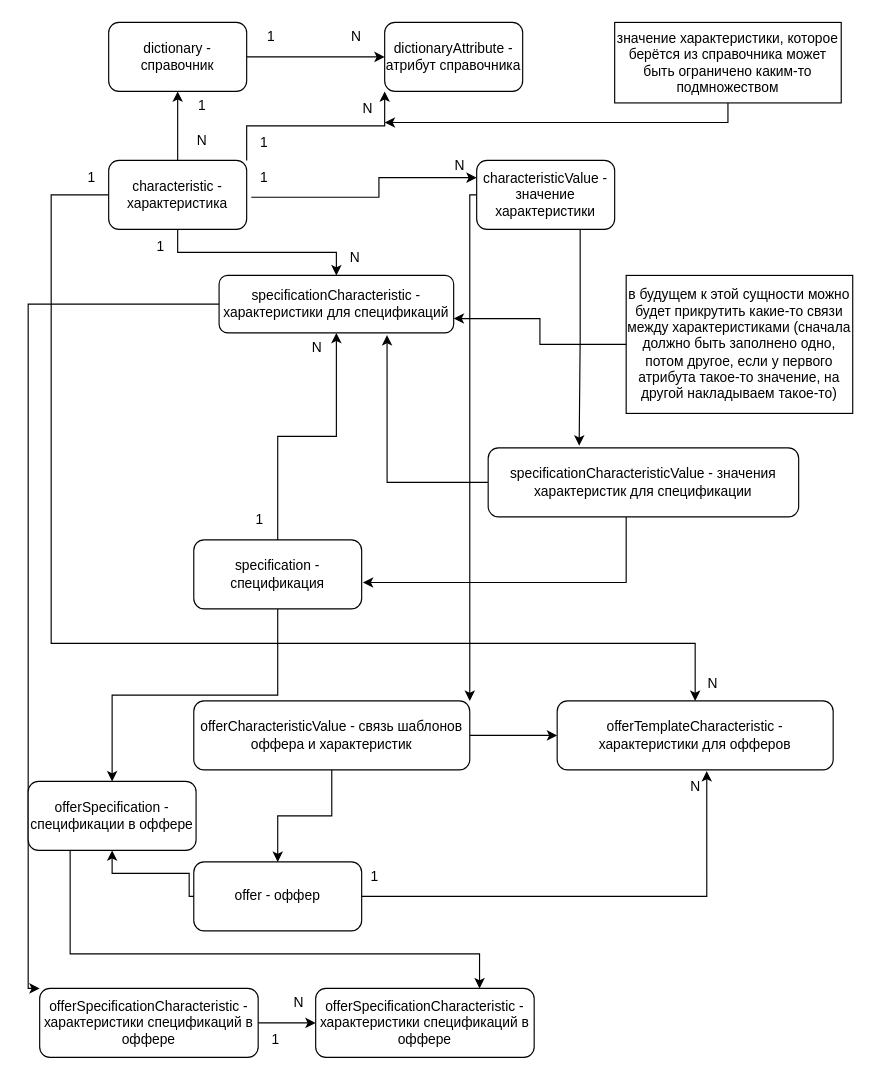
The draw.io diagram prodat.drawio in estet90/todo, before the edit. Source tidied: cells renumbered, new cells numbered last; positions are measured from the earlier drawing's top-left corner, leaving out a move shared by most shapes. Both pictures are drawn from the tidied source at 115%, with x=0, y=0 at pixel (28, 20).
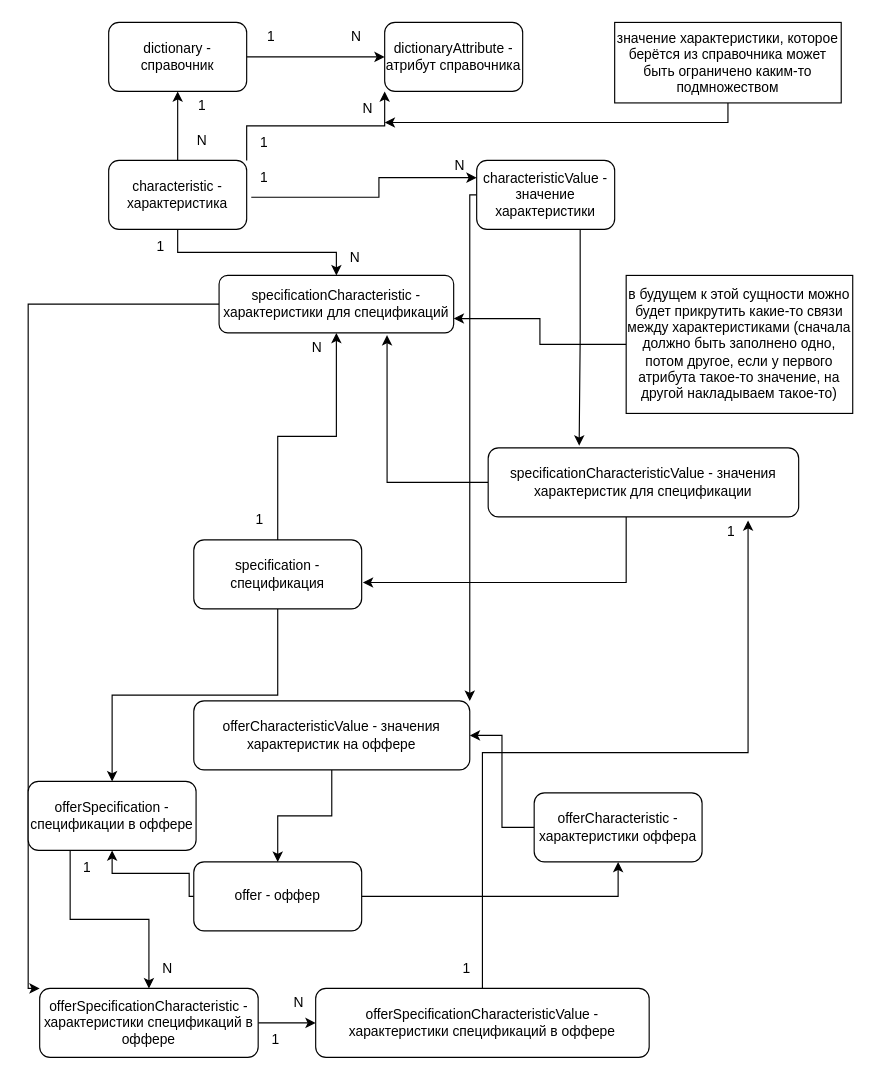
Above is the later version.

The change refers to these unchanged cells:
```xml
<mxCell id="9" value="&lt;div&gt;characteristic - характеристика&lt;/div&gt;" style="rounded=1;whiteSpace=wrap;html=1;" parent="1" vertex="1">
  <mxGeometry x="70" y="122" width="120" height="60" as="geometry" />
</mxCell>
<mxCell id="35" value="&lt;div&gt;specificationCharacteristicValue - значения характеристик для спецификации&lt;br&gt;&lt;/div&gt;" style="rounded=1;whiteSpace=wrap;html=1;" parent="1" vertex="1">
  <mxGeometry x="400" y="372" width="270" height="60" as="geometry" />
</mxCell>
<mxCell id="38" value="&lt;div&gt;offer - оффер&lt;br&gt;&lt;/div&gt;" style="rounded=1;whiteSpace=wrap;html=1;" parent="1" vertex="1">
  <mxGeometry x="144" y="732" width="146" height="60" as="geometry" />
</mxCell>
<mxCell id="46" value="&lt;div&gt;offerSpecification - спецификации в оффере&lt;br&gt;&lt;/div&gt;" style="rounded=1;whiteSpace=wrap;html=1;" parent="1" vertex="1">
  <mxGeometry y="662" width="146" height="60" as="geometry" />
</mxCell>
<mxCell id="52" value="&lt;div&gt;offerSpecificationCharacteristic - характеристики спецификаций в оффере&lt;br&gt;&lt;/div&gt;" style="rounded=1;whiteSpace=wrap;html=1;" parent="1" vertex="1">
  <mxGeometry x="10" y="842" width="190" height="60" as="geometry" />
</mxCell>
```

Diff of the diagram source:
```diff
@@
-    <mxCell id="8" style="edgeStyle=orthogonalEdgeStyle;rounded=0;jettySize=auto;html=1;exitX=0;exitY=0.5;exitDx=0;exitDy=0;entryX=0.5;entryY=0;entryDx=0;entryDy=0;" parent="1" edge="1" source="9" target="39">
-      <mxGeometry relative="1" as="geometry">
-        <Array as="points">
-          <mxPoint x="20" y="152" />
-          <mxPoint x="20" y="542" />
-          <mxPoint x="580" y="542" />
-        </Array>
-      </mxGeometry>
-    </mxCell>
@@
-    <mxCell id="37" style="edgeStyle=orthogonalEdgeStyle;rounded=0;jettySize=auto;html=1;entryX=0.542;entryY=1.017;entryDx=0;entryDy=0;entryPerimeter=0;" parent="1" edge="1" source="38" target="39">
-      <mxGeometry relative="1" as="geometry" />
-    </mxCell>
+    <mxCell id="56" style="edgeStyle=orthogonalEdgeStyle;rounded=0;jettySize=auto;html=1;entryX=0.5;entryY=1;entryDx=0;entryDy=0;" parent="1" edge="1" source="38" target="60">
+      <mxGeometry relative="1" as="geometry" />
+    </mxCell>
@@
-    <mxCell id="39" value="&lt;div&gt;offerTemplateCharacteristic - характеристики для офферов&lt;br&gt;&lt;/div&gt;" style="rounded=1;whiteSpace=wrap;html=1;" parent="1" vertex="1">
-      <mxGeometry x="460" y="592" width="240" height="60" as="geometry" />
-    </mxCell>
-    <mxCell id="40" value="1" style="text;html=1;align=center;verticalAlign=middle;strokeColor=none;fillColor=none;" parent="1" vertex="1">
-      <mxGeometry x="40" y="122" width="30" height="30" as="geometry" />
-    </mxCell>
-    <mxCell id="41" value="N" style="text;html=1;align=center;verticalAlign=middle;strokeColor=none;fillColor=none;" parent="1" vertex="1">
-      <mxGeometry x="580" y="562" width="30" height="30" as="geometry" />
-    </mxCell>
-    <mxCell id="42" style="edgeStyle=orthogonalEdgeStyle;rounded=0;jettySize=auto;html=1;" parent="1" edge="1" source="44" target="39">
-      <mxGeometry relative="1" as="geometry" />
-    </mxCell>
@@
-    <mxCell id="44" value="&lt;div&gt;offerCharacteristicValue - связь шаблонов оффера и характеристик&lt;br&gt;&lt;/div&gt;" style="rounded=1;whiteSpace=wrap;html=1;" parent="1" vertex="1">
+    <mxCell id="44" value="&lt;div&gt;offerCharacteristicValue - значения характеристик на оффере&lt;br&gt;&lt;/div&gt;" style="rounded=1;whiteSpace=wrap;html=1;" parent="1" vertex="1">
       <mxGeometry x="144" y="592" width="240" height="60" as="geometry" />
     </mxCell>
-    <mxCell id="45" style="edgeStyle=orthogonalEdgeStyle;rounded=0;jettySize=auto;html=1;exitX=0.25;exitY=1;exitDx=0;exitDy=0;entryX=0.75;entryY=0;entryDx=0;entryDy=0;" parent="1" edge="1" source="46" target="53">
-      <mxGeometry relative="1" as="geometry">
-        <Array as="points">
-          <mxPoint x="37" y="812" />
-          <mxPoint x="393" y="812" />
-        </Array>
-      </mxGeometry>
-    </mxCell>
+    <mxCell id="57" style="edgeStyle=orthogonalEdgeStyle;rounded=0;jettySize=auto;html=1;exitX=0.25;exitY=1;exitDx=0;exitDy=0;entryX=0.5;entryY=0;entryDx=0;entryDy=0;" parent="1" edge="1" source="46" target="52">
+      <mxGeometry relative="1" as="geometry" />
+    </mxCell>
@@
-    <mxCell id="49" value="1" style="text;html=1;align=center;verticalAlign=middle;strokeColor=none;fillColor=none;" parent="1" vertex="1">
-      <mxGeometry x="286" y="730" width="30" height="30" as="geometry" />
-    </mxCell>
-    <mxCell id="50" value="N" style="text;html=1;align=center;verticalAlign=middle;strokeColor=none;fillColor=none;" parent="1" vertex="1">
-      <mxGeometry x="565" y="652" width="30" height="30" as="geometry" />
-    </mxCell>
@@
+    <mxCell id="58" style="edgeStyle=orthogonalEdgeStyle;rounded=0;jettySize=auto;html=1;entryX=0.837;entryY=1.05;entryDx=0;entryDy=0;entryPerimeter=0;" parent="1" edge="1" source="53" target="35">
+      <mxGeometry relative="1" as="geometry" />
+    </mxCell>
-    <mxCell id="53" value="&lt;div&gt;offerSpecificationCharacteristic - характеристики спецификаций в оффере&lt;br&gt;&lt;/div&gt;" style="rounded=1;whiteSpace=wrap;html=1;" parent="1" vertex="1">
-      <mxGeometry x="250" y="842" width="190" height="60" as="geometry" />
+    <mxCell id="53" value="&lt;div&gt;offerSpecificationCharacteristicValue - характеристики спецификаций в оффере&lt;br&gt;&lt;/div&gt;" style="rounded=1;whiteSpace=wrap;html=1;" parent="1" vertex="1">
+      <mxGeometry x="250" y="842" width="290" height="60" as="geometry" />
     </mxCell>
@@
+    <mxCell id="59" style="edgeStyle=orthogonalEdgeStyle;rounded=0;jettySize=auto;html=1;entryX=1;entryY=0.5;entryDx=0;entryDy=0;" parent="1" edge="1" source="60" target="44">
+      <mxGeometry relative="1" as="geometry" />
+    </mxCell>
+    <mxCell id="60" value="&lt;div&gt;offerCharacteristic - характеристики оффера&lt;br&gt;&lt;/div&gt;" style="rounded=1;whiteSpace=wrap;html=1;" parent="1" vertex="1">
+      <mxGeometry x="440" y="672" width="146" height="60" as="geometry" />
+    </mxCell>
+    <mxCell id="61" value="1" style="text;html=1;align=center;verticalAlign=middle;strokeColor=none;fillColor=none;" parent="1" vertex="1">
+      <mxGeometry x="366" y="810" width="30" height="30" as="geometry" />
+    </mxCell>
+    <mxCell id="62" value="1" style="text;html=1;align=center;verticalAlign=middle;strokeColor=none;fillColor=none;" parent="1" vertex="1">
+      <mxGeometry x="596" y="430" width="30" height="30" as="geometry" />
+    </mxCell>
+    <mxCell id="63" value="1" style="text;html=1;align=center;verticalAlign=middle;strokeColor=none;fillColor=none;" parent="1" vertex="1">
+      <mxGeometry x="36" y="722" width="30" height="30" as="geometry" />
+    </mxCell>
+    <mxCell id="64" value="N" style="text;html=1;align=center;verticalAlign=middle;strokeColor=none;fillColor=none;" parent="1" vertex="1">
+      <mxGeometry x="106" y="810" width="30" height="30" as="geometry" />
+    </mxCell>
```
